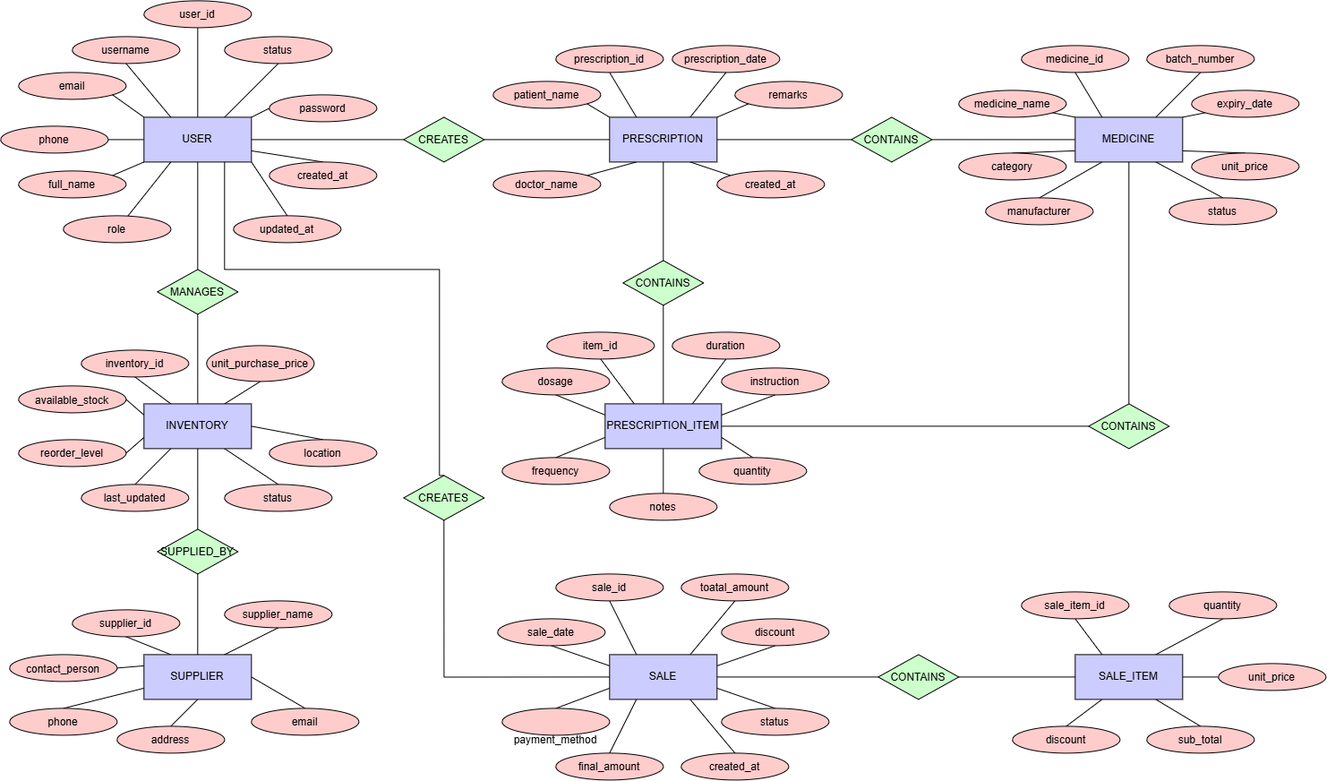
This is database/Chen ER.png from Jenifer-06/Pharmacy_inventory_prescription_validation, a draw.io export, as it was before one commit. Source tidied: cells renumbered, new cells last; positions are measured from the earlier drawing's top-left corner, leaving out a move shared by most shapes.
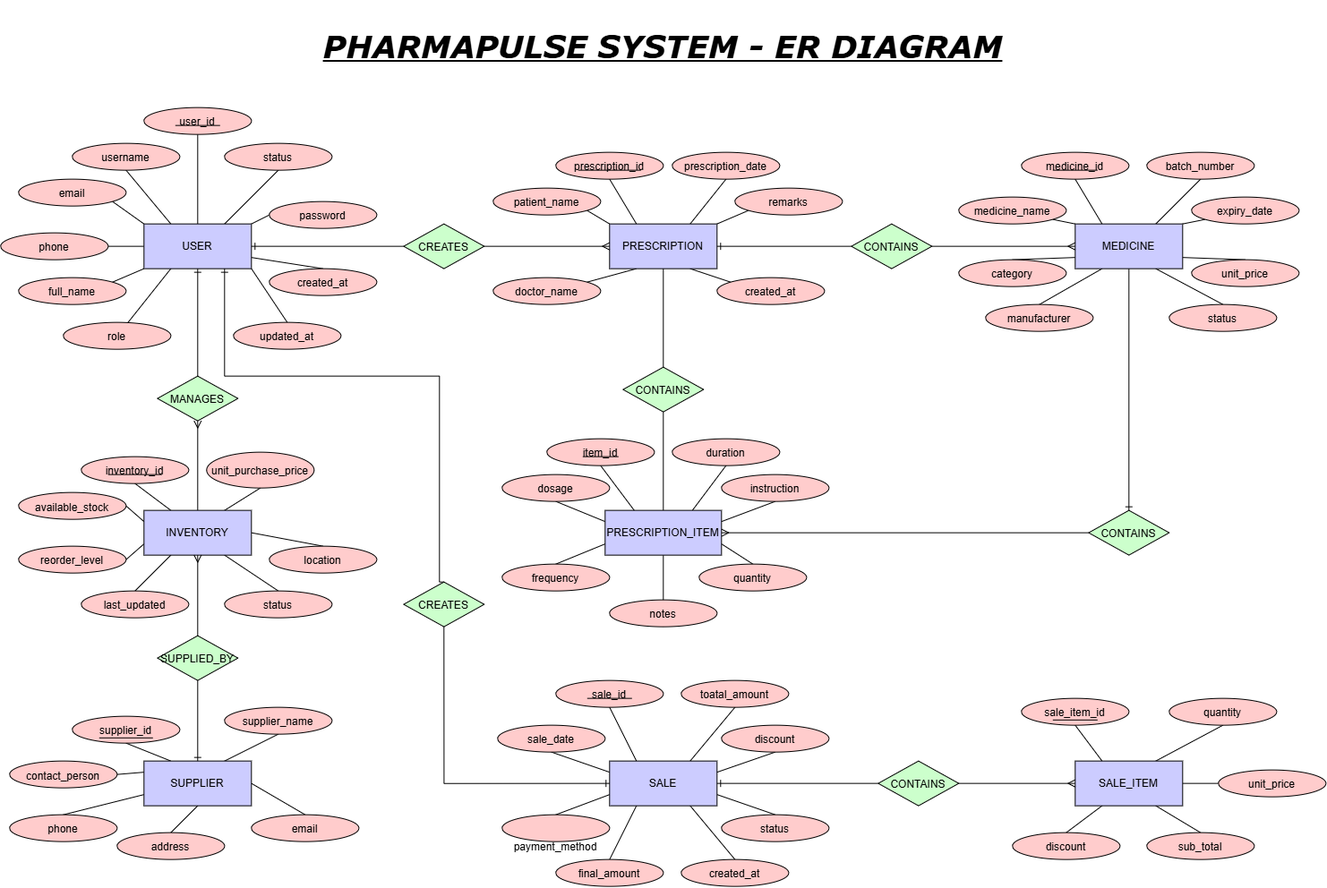
The same diagram one commit later.

Commit message:
Update Chen ER diagram with detailed Chen model

What changed in the source:
```diff
@@ -104,16 +104,16 @@
     <mxCell id="35" value="patient_name" style="ellipse;whiteSpace=wrap;html=1;shapeInside=1;fillColor=#FFCCCC;" parent="1" vertex="1">
       <mxGeometry x="550" y="90" width="120" height="30" as="geometry" />
     </mxCell>
-    <mxCell id="36" style="edgeStyle=orthogonalEdgeStyle;shape=connector;rounded=0;jettySize=auto;html=1;exitX=1;exitY=0.5;exitDx=0;exitDy=0;entryX=0;entryY=0.5;entryDx=0;entryDy=0;strokeColor=default;align=center;verticalAlign=middle;fontFamily=Helvetica;fontSize=11;fontColor=default;labelBackgroundColor=default;endArrow=none;endFill=0;" parent="1" edge="1" source="38" target="29">
+    <mxCell id="36" style="edgeStyle=orthogonalEdgeStyle;shape=connector;rounded=0;jettySize=auto;html=1;exitX=1;exitY=0.5;exitDx=0;exitDy=0;entryX=0;entryY=0.5;entryDx=0;entryDy=0;strokeColor=default;align=center;verticalAlign=middle;fontFamily=Helvetica;fontSize=11;fontColor=default;labelBackgroundColor=default;endArrow=ERmany;endFill=0;" parent="1" edge="1" source="38" target="29">
       <mxGeometry relative="1" as="geometry" />
     </mxCell>
-    <mxCell id="37" style="edgeStyle=orthogonalEdgeStyle;shape=connector;rounded=0;jettySize=auto;html=1;exitX=0;exitY=0.5;exitDx=0;exitDy=0;entryX=1;entryY=0.5;entryDx=0;entryDy=0;strokeColor=default;align=center;verticalAlign=middle;fontFamily=Helvetica;fontSize=11;fontColor=default;labelBackgroundColor=default;endArrow=none;endFill=0;" parent="1" edge="1" source="38" target="12">
+    <mxCell id="37" style="edgeStyle=orthogonalEdgeStyle;shape=connector;rounded=0;jettySize=auto;html=1;exitX=0;exitY=0.5;exitDx=0;exitDy=0;entryX=1;entryY=0.5;entryDx=0;entryDy=0;strokeColor=default;align=center;verticalAlign=middle;fontFamily=Helvetica;fontSize=11;fontColor=default;labelBackgroundColor=default;endArrow=ERone;endFill=0;startArrow=none;startFill=0;" parent="1" edge="1" source="38" target="12">
       <mxGeometry relative="1" as="geometry" />
     </mxCell>
     <mxCell id="38" value="CREATES" style="rhombus;whiteSpace=wrap;html=1;shapeInside=1;fillColor=#CCFFCC;" parent="1" vertex="1">
       <mxGeometry x="450" y="130" width="90" height="50" as="geometry" />
     </mxCell>
-    <mxCell id="39" style="edgeStyle=orthogonalEdgeStyle;shape=connector;rounded=0;jettySize=auto;html=1;exitX=0.5;exitY=1;exitDx=0;exitDy=0;entryX=0.5;entryY=0;entryDx=0;entryDy=0;strokeColor=default;align=center;verticalAlign=middle;fontFamily=Helvetica;fontSize=11;fontColor=default;labelBackgroundColor=default;endArrow=none;endFill=0;" parent="1" edge="1" source="48" target="97">
+    <mxCell id="39" style="edgeStyle=orthogonalEdgeStyle;shape=connector;rounded=0;jettySize=auto;html=1;exitX=0.5;exitY=1;exitDx=0;exitDy=0;entryX=0.5;entryY=0;entryDx=0;entryDy=0;strokeColor=default;align=center;verticalAlign=middle;fontFamily=Helvetica;fontSize=11;fontColor=default;labelBackgroundColor=default;endArrow=ERone;endFill=0;" parent="1" edge="1" source="48" target="97">
       <mxGeometry relative="1" as="geometry" />
     </mxCell>
     <mxCell id="40" style="edgeStyle=none;shape=connector;rounded=0;jettySize=auto;html=1;exitX=0;exitY=0;exitDx=0;exitDy=0;entryX=1;entryY=1;entryDx=0;entryDy=0;strokeColor=default;align=center;verticalAlign=middle;fontFamily=Helvetica;fontSize=11;fontColor=default;labelBackgroundColor=default;endArrow=none;endFill=0;" parent="1" edge="1" source="48" target="54">
@@ -167,16 +167,16 @@
     <mxCell id="56" value="unit_price" style="ellipse;whiteSpace=wrap;html=1;shapeInside=1;fillColor=#FFCCCC;" parent="1" vertex="1">
       <mxGeometry x="1330" y="170" width="120" height="30" as="geometry" />
     </mxCell>
-    <mxCell id="57" style="edgeStyle=orthogonalEdgeStyle;shape=connector;rounded=0;jettySize=auto;html=1;exitX=0;exitY=0.5;exitDx=0;exitDy=0;entryX=1;entryY=0.5;entryDx=0;entryDy=0;strokeColor=default;align=center;verticalAlign=middle;fontFamily=Helvetica;fontSize=11;fontColor=default;labelBackgroundColor=default;endArrow=none;endFill=0;" parent="1" edge="1" source="59" target="29">
+    <mxCell id="57" style="edgeStyle=orthogonalEdgeStyle;shape=connector;rounded=0;jettySize=auto;html=1;exitX=0;exitY=0.5;exitDx=0;exitDy=0;entryX=1;entryY=0.5;entryDx=0;entryDy=0;strokeColor=default;align=center;verticalAlign=middle;fontFamily=Helvetica;fontSize=11;fontColor=default;labelBackgroundColor=default;endArrow=ERone;endFill=0;" parent="1" edge="1" source="59" target="29">
       <mxGeometry relative="1" as="geometry" />
     </mxCell>
-    <mxCell id="58" style="edgeStyle=orthogonalEdgeStyle;shape=connector;rounded=0;jettySize=auto;html=1;exitX=1;exitY=0.5;exitDx=0;exitDy=0;entryX=0;entryY=0.5;entryDx=0;entryDy=0;strokeColor=default;align=center;verticalAlign=middle;fontFamily=Helvetica;fontSize=11;fontColor=default;labelBackgroundColor=default;endArrow=none;endFill=0;" parent="1" edge="1" source="59" target="48">
+    <mxCell id="58" style="edgeStyle=orthogonalEdgeStyle;shape=connector;rounded=0;jettySize=auto;html=1;exitX=1;exitY=0.5;exitDx=0;exitDy=0;entryX=0;entryY=0.5;entryDx=0;entryDy=0;strokeColor=default;align=center;verticalAlign=middle;fontFamily=Helvetica;fontSize=11;fontColor=default;labelBackgroundColor=default;endArrow=ERmany;endFill=0;" parent="1" edge="1" source="59" target="48">
       <mxGeometry relative="1" as="geometry" />
     </mxCell>
     <mxCell id="59" value="CONTAINS" style="rhombus;whiteSpace=wrap;html=1;shapeInside=1;fillColor=#CCFFCC;" parent="1" vertex="1">
       <mxGeometry x="950" y="130" width="90" height="50" as="geometry" />
     </mxCell>
-    <mxCell id="60" style="edgeStyle=orthogonalEdgeStyle;shape=connector;rounded=0;jettySize=auto;html=1;exitX=0.5;exitY=0;exitDx=0;exitDy=0;entryX=0.5;entryY=1;entryDx=0;entryDy=0;strokeColor=default;align=center;verticalAlign=middle;fontFamily=Helvetica;fontSize=11;fontColor=default;labelBackgroundColor=default;endArrow=none;endFill=0;" parent="1" edge="1" source="68" target="95">
+    <mxCell id="60" style="edgeStyle=orthogonalEdgeStyle;shape=connector;rounded=0;jettySize=auto;html=1;exitX=0.5;exitY=0;exitDx=0;exitDy=0;entryX=0.5;entryY=1;entryDx=0;entryDy=0;strokeColor=default;align=center;verticalAlign=middle;fontFamily=Helvetica;fontSize=11;fontColor=default;labelBackgroundColor=default;endArrow=ERmany;endFill=0;" parent="1" edge="1" source="68" target="95">
       <mxGeometry relative="1" as="geometry" />
     </mxCell>
     <mxCell id="61" style="edgeStyle=none;shape=connector;rounded=0;jettySize=auto;html=1;exitX=0.75;exitY=0;exitDx=0;exitDy=0;entryX=0.5;entryY=1;entryDx=0;entryDy=0;strokeColor=default;align=center;verticalAlign=middle;fontFamily=Helvetica;fontSize=11;fontColor=default;labelBackgroundColor=default;endArrow=none;endFill=0;" parent="1" edge="1" source="68" target="75">
@@ -245,9 +245,6 @@
     <mxCell id="82" style="edgeStyle=none;shape=connector;rounded=0;jettySize=auto;html=1;exitX=0.25;exitY=0;exitDx=0;exitDy=0;entryX=0.5;entryY=1;entryDx=0;entryDy=0;strokeColor=default;align=center;verticalAlign=middle;fontFamily=Helvetica;fontSize=11;fontColor=default;labelBackgroundColor=default;endArrow=none;endFill=0;" parent="1" edge="1" source="83" target="88">
       <mxGeometry relative="1" as="geometry" />
     </mxCell>
-    <mxCell id="83" value="PRESCRIPTION_ITEM" style="rounded=0;whiteSpace=wrap;html=1;fillColor=#CCCCFF;" parent="1" vertex="1">
-      <mxGeometry x="675" y="450" width="130" height="50" as="geometry" />
-    </mxCell>
     <mxCell id="84" value="dosage" style="ellipse;whiteSpace=wrap;html=1;shapeInside=1;fillColor=#FFCCCC;" parent="1" vertex="1">
       <mxGeometry x="560" y="410" width="120" height="30" as="geometry" />
     </mxCell>
@@ -278,13 +275,13 @@
     <mxCell id="93" value="CONTAINS" style="rhombus;whiteSpace=wrap;html=1;shapeInside=1;fillColor=#CCFFCC;" parent="1" vertex="1">
       <mxGeometry x="695" y="290" width="90" height="50" as="geometry" />
     </mxCell>
-    <mxCell id="94" style="edgeStyle=orthogonalEdgeStyle;shape=connector;rounded=0;jettySize=auto;html=1;exitX=0.5;exitY=0;exitDx=0;exitDy=0;entryX=0.5;entryY=1;entryDx=0;entryDy=0;strokeColor=default;align=center;verticalAlign=middle;fontFamily=Helvetica;fontSize=11;fontColor=default;labelBackgroundColor=default;endArrow=none;endFill=0;" parent="1" edge="1" source="95" target="12">
+    <mxCell id="94" style="edgeStyle=orthogonalEdgeStyle;shape=connector;rounded=0;jettySize=auto;html=1;exitX=0.5;exitY=0;exitDx=0;exitDy=0;entryX=0.5;entryY=1;entryDx=0;entryDy=0;strokeColor=default;align=center;verticalAlign=middle;fontFamily=Helvetica;fontSize=11;fontColor=default;labelBackgroundColor=default;endArrow=ERone;endFill=0;" parent="1" edge="1" source="95" target="12">
       <mxGeometry relative="1" as="geometry" />
     </mxCell>
     <mxCell id="95" value="MANAGES" style="rhombus;whiteSpace=wrap;html=1;shapeInside=1;fillColor=#CCFFCC;" parent="1" vertex="1">
       <mxGeometry x="175" y="300" width="90" height="50" as="geometry" />
     </mxCell>
-    <mxCell id="96" style="edgeStyle=orthogonalEdgeStyle;shape=connector;rounded=0;jettySize=auto;html=1;exitX=0;exitY=0.5;exitDx=0;exitDy=0;entryX=1;entryY=0.5;entryDx=0;entryDy=0;strokeColor=default;align=center;verticalAlign=middle;fontFamily=Helvetica;fontSize=11;fontColor=default;labelBackgroundColor=default;endArrow=none;endFill=0;" parent="1" edge="1" source="97" target="83">
+    <mxCell id="96" style="edgeStyle=orthogonalEdgeStyle;shape=connector;rounded=0;jettySize=auto;html=1;exitX=0;exitY=0.5;exitDx=0;exitDy=0;entryX=1;entryY=0.5;entryDx=0;entryDy=0;strokeColor=default;align=center;verticalAlign=middle;fontFamily=Helvetica;fontSize=11;fontColor=default;labelBackgroundColor=default;endArrow=ERmany;endFill=0;" parent="1" edge="1" source="97" target="83">
       <mxGeometry relative="1" as="geometry" />
     </mxCell>
     <mxCell id="97" value="CONTAINS" style="rhombus;whiteSpace=wrap;html=1;shapeInside=1;fillColor=#CCFFCC;" parent="1" vertex="1">
@@ -329,10 +326,10 @@
     <mxCell id="110" value="supplier_id" style="ellipse;whiteSpace=wrap;html=1;shapeInside=1;fillColor=#FFCCCC;" parent="1" vertex="1">
       <mxGeometry x="80" y="680" width="120" height="30" as="geometry" />
     </mxCell>
-    <mxCell id="111" style="edgeStyle=orthogonalEdgeStyle;shape=connector;rounded=0;jettySize=auto;html=1;exitX=0.5;exitY=0;exitDx=0;exitDy=0;entryX=0.5;entryY=1;entryDx=0;entryDy=0;strokeColor=default;align=center;verticalAlign=middle;fontFamily=Helvetica;fontSize=11;fontColor=default;labelBackgroundColor=default;endArrow=none;endFill=0;" parent="1" edge="1" source="113" target="68">
+    <mxCell id="111" style="edgeStyle=orthogonalEdgeStyle;shape=connector;rounded=0;jettySize=auto;html=1;exitX=0.5;exitY=0;exitDx=0;exitDy=0;entryX=0.5;entryY=1;entryDx=0;entryDy=0;strokeColor=default;align=center;verticalAlign=middle;fontFamily=Helvetica;fontSize=11;fontColor=default;labelBackgroundColor=default;endArrow=ERmany;endFill=0;" parent="1" edge="1" source="113" target="68">
       <mxGeometry relative="1" as="geometry" />
     </mxCell>
-    <mxCell id="112" style="edgeStyle=orthogonalEdgeStyle;shape=connector;rounded=0;jettySize=auto;html=1;exitX=0.5;exitY=1;exitDx=0;exitDy=0;entryX=0.5;entryY=0;entryDx=0;entryDy=0;strokeColor=default;align=center;verticalAlign=middle;fontFamily=Helvetica;fontSize=11;fontColor=default;labelBackgroundColor=default;endArrow=none;endFill=0;" parent="1" edge="1" source="113" target="104">
+    <mxCell id="112" style="edgeStyle=orthogonalEdgeStyle;shape=connector;rounded=0;jettySize=auto;html=1;exitX=0.5;exitY=1;exitDx=0;exitDy=0;entryX=0.5;entryY=0;entryDx=0;entryDy=0;strokeColor=default;align=center;verticalAlign=middle;fontFamily=Helvetica;fontSize=11;fontColor=default;labelBackgroundColor=default;endArrow=ERone;endFill=0;" parent="1" edge="1" source="113" target="104">
       <mxGeometry relative="1" as="geometry" />
     </mxCell>
     <mxCell id="113" value="SUPPLIED_BY" style="rhombus;whiteSpace=wrap;html=1;shapeInside=1;fillColor=#CCFFCC;" parent="1" vertex="1">
@@ -389,10 +386,10 @@
     <mxCell id="130" value="sale_id" style="ellipse;whiteSpace=wrap;html=1;shapeInside=1;fillColor=#FFCCCC;" parent="1" vertex="1">
       <mxGeometry x="620" y="640" width="120" height="30" as="geometry" />
     </mxCell>
-    <mxCell id="131" style="edgeStyle=orthogonalEdgeStyle;shape=connector;rounded=0;jettySize=auto;html=1;exitX=0.5;exitY=1;exitDx=0;exitDy=0;entryX=0;entryY=0.5;entryDx=0;entryDy=0;strokeColor=default;align=center;verticalAlign=middle;fontFamily=Helvetica;fontSize=11;fontColor=default;labelBackgroundColor=default;endArrow=none;endFill=0;" parent="1" edge="1" source="133" target="122">
+    <mxCell id="131" style="edgeStyle=orthogonalEdgeStyle;shape=connector;rounded=0;jettySize=auto;html=1;exitX=0.5;exitY=1;exitDx=0;exitDy=0;entryX=0;entryY=0.5;entryDx=0;entryDy=0;strokeColor=default;align=center;verticalAlign=middle;fontFamily=Helvetica;fontSize=11;fontColor=default;labelBackgroundColor=default;endArrow=ERone;endFill=0;" parent="1" edge="1" source="133" target="122">
       <mxGeometry relative="1" as="geometry" />
     </mxCell>
-    <mxCell id="132" style="edgeStyle=orthogonalEdgeStyle;shape=connector;rounded=0;jettySize=auto;html=1;exitX=0.5;exitY=0;exitDx=0;exitDy=0;entryX=0.75;entryY=1;entryDx=0;entryDy=0;strokeColor=default;align=center;verticalAlign=middle;fontFamily=Helvetica;fontSize=11;fontColor=default;labelBackgroundColor=default;endArrow=none;endFill=0;" parent="1" edge="1" source="133" target="12">
+    <mxCell id="132" style="edgeStyle=orthogonalEdgeStyle;shape=connector;rounded=0;jettySize=auto;html=1;exitX=0.5;exitY=0;exitDx=0;exitDy=0;entryX=0.75;entryY=1;entryDx=0;entryDy=0;strokeColor=default;align=center;verticalAlign=middle;fontFamily=Helvetica;fontSize=11;fontColor=default;labelBackgroundColor=default;endArrow=ERone;endFill=0;" parent="1" edge="1" source="133" target="12">
       <mxGeometry relative="1" as="geometry">
         <Array as="points">
           <mxPoint x="490.1" y="530" />
@@ -437,14 +434,73 @@
     <mxCell id="144" value="discount" style="ellipse;whiteSpace=wrap;html=1;shapeInside=1;fillColor=#FFCCCC;" parent="1" vertex="1">
       <mxGeometry x="1130" y="810" width="120" height="30" as="geometry" />
     </mxCell>
-    <mxCell id="145" style="edgeStyle=orthogonalEdgeStyle;shape=connector;rounded=0;jettySize=auto;html=1;exitX=0;exitY=0.5;exitDx=0;exitDy=0;entryX=1;entryY=0.5;entryDx=0;entryDy=0;strokeColor=default;align=center;verticalAlign=middle;fontFamily=Helvetica;fontSize=11;fontColor=default;labelBackgroundColor=default;endArrow=none;endFill=0;" parent="1" edge="1" source="147" target="122">
+    <mxCell id="145" style="edgeStyle=orthogonalEdgeStyle;shape=connector;rounded=0;jettySize=auto;html=1;exitX=0;exitY=0.5;exitDx=0;exitDy=0;entryX=1;entryY=0.5;entryDx=0;entryDy=0;strokeColor=default;align=center;verticalAlign=middle;fontFamily=Helvetica;fontSize=11;fontColor=default;labelBackgroundColor=default;endArrow=ERone;endFill=0;" parent="1" edge="1" source="147" target="122">
       <mxGeometry relative="1" as="geometry" />
     </mxCell>
-    <mxCell id="146" style="edgeStyle=orthogonalEdgeStyle;shape=connector;rounded=0;jettySize=auto;html=1;exitX=1;exitY=0.5;exitDx=0;exitDy=0;entryX=0;entryY=0.5;entryDx=0;entryDy=0;strokeColor=default;align=center;verticalAlign=middle;fontFamily=Helvetica;fontSize=11;fontColor=default;labelBackgroundColor=default;endArrow=none;endFill=0;" parent="1" edge="1" source="147" target="139">
+    <mxCell id="146" style="edgeStyle=orthogonalEdgeStyle;shape=connector;rounded=0;jettySize=auto;html=1;exitX=1;exitY=0.5;exitDx=0;exitDy=0;entryX=0;entryY=0.5;entryDx=0;entryDy=0;strokeColor=default;align=center;verticalAlign=middle;fontFamily=Helvetica;fontSize=11;fontColor=default;labelBackgroundColor=default;endArrow=ERmany;endFill=0;" parent="1" edge="1" source="147" target="139">
       <mxGeometry relative="1" as="geometry" />
     </mxCell>
     <mxCell id="147" value="CONTAINS" style="rhombus;whiteSpace=wrap;html=1;shapeInside=1;fillColor=#CCFFCC;" parent="1" vertex="1">
       <mxGeometry x="980" y="730" width="90" height="50" as="geometry" />
     </mxCell>
+    <mxCell id="148" style="endArrow=none;html=1;rounded=0;strokeColor=default;align=center;verticalAlign=middle;fontFamily=Helvetica;fontSize=11;fontColor=default;labelBackgroundColor=default;" parent="1" edge="1" target="83">
+      <mxGeometry relative="1" as="geometry">
+        <mxPoint x="720" y="460" as="sourcePoint" />
+      </mxGeometry>
+    </mxCell>
+    <mxCell id="83" value="PRESCRIPTION_ITEM" style="rounded=0;whiteSpace=wrap;html=1;fillColor=#CCCCFF;" parent="1" vertex="1">
+      <mxGeometry x="675" y="450" width="130" height="50" as="geometry" />
+    </mxCell>
+    <mxCell id="149" style="endArrow=none;html=1;rounded=0;strokeColor=default;align=center;verticalAlign=middle;fontFamily=Helvetica;fontSize=11;fontColor=default;labelBackgroundColor=default;" parent="1" edge="1">
+      <mxGeometry relative="1" as="geometry">
+        <mxPoint x="195" y="20" as="sourcePoint" />
+        <mxPoint x="245" y="20" as="targetPoint" />
+      </mxGeometry>
+    </mxCell>
+    <mxCell id="150" style="endArrow=none;html=1;rounded=0;strokeColor=default;align=center;verticalAlign=middle;fontFamily=Helvetica;fontSize=11;fontColor=default;labelBackgroundColor=default;" parent="1" edge="1">
+      <mxGeometry relative="1" as="geometry">
+        <mxPoint x="645" y="70" as="sourcePoint" />
+        <mxPoint x="715" y="70" as="targetPoint" />
+      </mxGeometry>
+    </mxCell>
+    <mxCell id="151" style="endArrow=none;html=1;rounded=0;strokeColor=default;align=center;verticalAlign=middle;fontFamily=Helvetica;fontSize=11;fontColor=default;labelBackgroundColor=default;" parent="1" edge="1">
+      <mxGeometry relative="1" as="geometry">
+        <mxPoint x="1175" y="70" as="sourcePoint" />
+        <mxPoint x="1225" y="70" as="targetPoint" />
+      </mxGeometry>
+    </mxCell>
+    <mxCell id="152" style="endArrow=none;html=1;rounded=0;strokeColor=default;align=center;verticalAlign=middle;fontFamily=Helvetica;fontSize=11;fontColor=default;labelBackgroundColor=default;" parent="1" edge="1">
+      <mxGeometry relative="1" as="geometry">
+        <mxPoint x="120" y="410" as="sourcePoint" />
+        <mxPoint x="180" y="410" as="targetPoint" />
+      </mxGeometry>
+    </mxCell>
+    <mxCell id="153" style="endArrow=none;html=1;rounded=0;strokeColor=default;align=center;verticalAlign=middle;fontFamily=Helvetica;fontSize=11;fontColor=default;labelBackgroundColor=default;" parent="1" edge="1">
+      <mxGeometry relative="1" as="geometry">
+        <mxPoint x="650" y="390" as="sourcePoint" />
+        <mxPoint x="690" y="390" as="targetPoint" />
+      </mxGeometry>
+    </mxCell>
+    <mxCell id="154" style="endArrow=none;html=1;rounded=0;strokeColor=default;align=center;verticalAlign=middle;fontFamily=Helvetica;fontSize=11;fontColor=default;labelBackgroundColor=default;" parent="1" edge="1">
+      <mxGeometry relative="1" as="geometry">
+        <mxPoint x="1175" y="684.2" as="sourcePoint" />
+        <mxPoint x="1225" y="684.2" as="targetPoint" />
+      </mxGeometry>
+    </mxCell>
+    <mxCell id="155" style="endArrow=none;html=1;rounded=0;strokeColor=default;align=center;verticalAlign=middle;fontFamily=Helvetica;fontSize=11;fontColor=default;labelBackgroundColor=default;" parent="1" edge="1">
+      <mxGeometry relative="1" as="geometry">
+        <mxPoint x="655" y="660" as="sourcePoint" />
+        <mxPoint x="705" y="660" as="targetPoint" />
+      </mxGeometry>
+    </mxCell>
+    <mxCell id="156" style="endArrow=none;html=1;rounded=0;strokeColor=default;align=center;verticalAlign=middle;fontFamily=Helvetica;fontSize=11;fontColor=default;labelBackgroundColor=default;" parent="1" edge="1">
+      <mxGeometry relative="1" as="geometry">
+        <mxPoint x="110" y="704.2" as="sourcePoint" />
+        <mxPoint x="170" y="704.2" as="targetPoint" />
+      </mxGeometry>
+    </mxCell>
+    <mxCell id="157" value="&lt;h1&gt;&lt;i&gt;&lt;u&gt;&lt;font face=&quot;Verdana&quot; style=&quot;font-size: 35px;&quot;&gt;PHARMAPULSE SYSTEM - ER DIAGRAM&lt;/font&gt;&lt;/u&gt;&lt;/i&gt;&lt;/h1&gt;" style="text;html=1;whiteSpace=wrap;strokeColor=none;fillColor=none;align=center;verticalAlign=middle;rounded=0;" parent="1" vertex="1">
+      <mxGeometry x="50" y="-120" width="1380" height="100" as="geometry" />
+    </mxCell>
   </root>
 </mxGraphModel>
```
